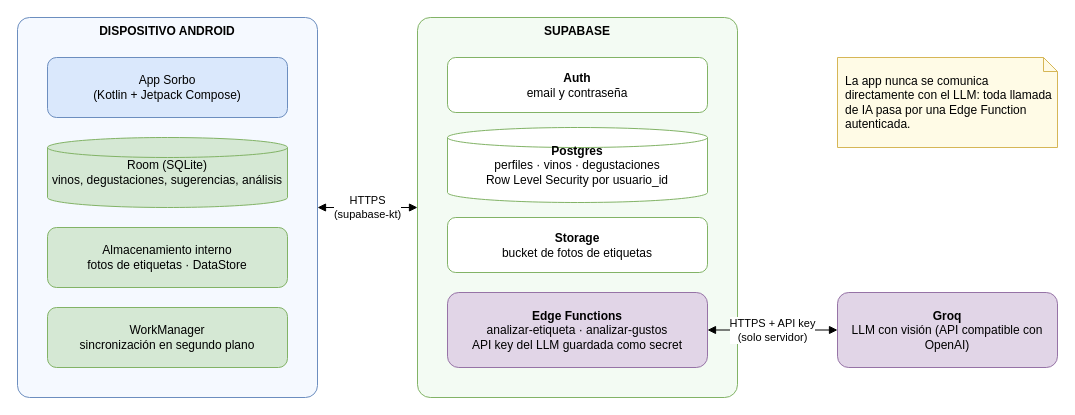
The draw.io diagram page "Topología de infraestructura" (4 of 5) of docs/diagramas/sorbo.drawio in alejogarciabosio/sorbo-app, before the edit. Source tidied: cells renumbered, new cells numbered last; positions are measured from the earlier drawing's top-left corner, leaving out a move shared by most shapes. Both pictures are drawn from the tidied source at 100%, with x=0, y=0 at pixel (17, 17).
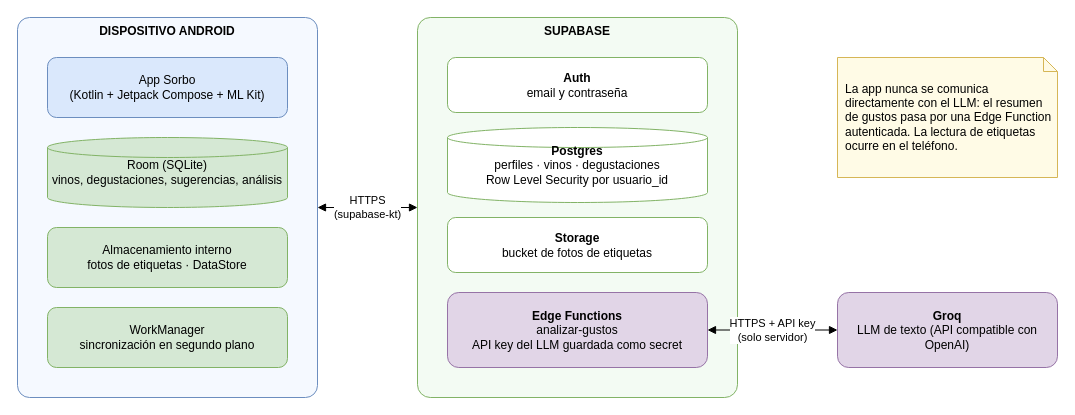
Above is the later version.

Commit message (it also covers changes not shown here):
docs: diagramas con lectura local de etiquetas y respaldo sin servicios de IA

The edit, as a diff of the source:
```diff
@@
 <mxGraphModel>
   <root>
     <mxCell id="0" />
     <mxCell id="1" parent="0" />
     <mxCell id="2" value="DISPOSITIVO ANDROID" style="rounded=1;whiteSpace=wrap;html=1;fillColor=#f5f9ff;strokeColor=#6c8ebf;verticalAlign=top;fontStyle=1;arcSize=4;" parent="1" vertex="1">
       <mxGeometry width="300" height="380" as="geometry" />
     </mxCell>
-    <mxCell id="3" value="App Sorbo&lt;br&gt;(Kotlin + Jetpack Compose)" style="rounded=1;whiteSpace=wrap;html=1;fillColor=#dae8fc;strokeColor=#6c8ebf;" parent="1" vertex="1">
+    <mxCell id="3" value="App Sorbo&lt;br&gt;(Kotlin + Jetpack Compose + ML Kit)" style="rounded=1;whiteSpace=wrap;html=1;fillColor=#dae8fc;strokeColor=#6c8ebf;" parent="1" vertex="1">
       <mxGeometry x="30" y="40" width="240" height="60" as="geometry" />
     </mxCell>
     <mxCell id="4" value="Room (SQLite)&lt;br&gt;vinos, degustaciones, sugerencias, análisis" style="shape=cylinder3;whiteSpace=wrap;html=1;size=10;fillColor=#d5e8d4;strokeColor=#82b366;" parent="1" vertex="1">
       <mxGeometry x="30" y="120" width="240" height="70" as="geometry" />
     </mxCell>
     <mxCell id="5" value="Almacenamiento interno&lt;br&gt;fotos de etiquetas · DataStore" style="rounded=1;whiteSpace=wrap;html=1;fillColor=#d5e8d4;strokeColor=#82b366;" parent="1" vertex="1">
       <mxGeometry x="30" y="210" width="240" height="60" as="geometry" />
     </mxCell>
     <mxCell id="6" value="WorkManager&lt;br&gt;sincronización en segundo plano" style="rounded=1;whiteSpace=wrap;html=1;fillColor=#d5e8d4;strokeColor=#82b366;" parent="1" vertex="1">
       <mxGeometry x="30" y="290" width="240" height="60" as="geometry" />
     </mxCell>
     <mxCell id="7" value="SUPABASE" style="rounded=1;whiteSpace=wrap;html=1;fillColor=#f3fbf3;strokeColor=#82b366;verticalAlign=top;fontStyle=1;arcSize=4;" parent="1" vertex="1">
       <mxGeometry x="400" width="320" height="380" as="geometry" />
     </mxCell>
     <mxCell id="8" value="&lt;b&gt;Auth&lt;/b&gt;&lt;br&gt;email y contraseña" style="rounded=1;whiteSpace=wrap;html=1;fillColor=#ffffff;strokeColor=#82b366;" parent="1" vertex="1">
       <mxGeometry x="430" y="40" width="260" height="55" as="geometry" />
     </mxCell>
     <mxCell id="9" value="&lt;b&gt;Postgres&lt;/b&gt;&lt;br&gt;perfiles · vinos · degustaciones&lt;br&gt;Row Level Security por usuario_id" style="shape=cylinder3;whiteSpace=wrap;html=1;size=10;fillColor=#ffffff;strokeColor=#82b366;" parent="1" vertex="1">
       <mxGeometry x="430" y="110" width="260" height="75" as="geometry" />
     </mxCell>
     <mxCell id="10" value="&lt;b&gt;Storage&lt;/b&gt;&lt;br&gt;bucket de fotos de etiquetas" style="rounded=1;whiteSpace=wrap;html=1;fillColor=#ffffff;strokeColor=#82b366;" parent="1" vertex="1">
       <mxGeometry x="430" y="200" width="260" height="55" as="geometry" />
     </mxCell>
-    <mxCell id="11" value="&lt;b&gt;Edge Functions&lt;/b&gt;&lt;br&gt;analizar-etiqueta · analizar-gustos&lt;br&gt;API key del LLM guardada como secret" style="rounded=1;whiteSpace=wrap;html=1;fillColor=#e1d5e7;strokeColor=#9673a6;" parent="1" vertex="1">
+    <mxCell id="11" value="&lt;b&gt;Edge Functions&lt;/b&gt;&lt;br&gt;analizar-gustos&lt;br&gt;API key del LLM guardada como secret" style="rounded=1;whiteSpace=wrap;html=1;fillColor=#e1d5e7;strokeColor=#9673a6;" parent="1" vertex="1">
       <mxGeometry x="430" y="275" width="260" height="75" as="geometry" />
     </mxCell>
-    <mxCell id="12" value="&lt;b&gt;Groq&lt;/b&gt;&lt;br&gt;LLM con visión (API compatible con OpenAI)" style="rounded=1;whiteSpace=wrap;html=1;fillColor=#e1d5e7;strokeColor=#9673a6;" parent="1" vertex="1">
+    <mxCell id="12" value="&lt;b&gt;Groq&lt;/b&gt;&lt;br&gt;LLM de texto (API compatible con OpenAI)" style="rounded=1;whiteSpace=wrap;html=1;fillColor=#e1d5e7;strokeColor=#9673a6;" parent="1" vertex="1">
       <mxGeometry x="820" y="275" width="220" height="75" as="geometry" />
     </mxCell>
-    <mxCell id="13" value="La app nunca se comunica directamente con el LLM: toda llamada de IA pasa por una Edge Function autenticada." style="shape=note;whiteSpace=wrap;html=1;size=14;fillColor=#fffbe6;strokeColor=#d6b656;align=left;spacingLeft=6;" parent="1" vertex="1">
-      <mxGeometry x="820" y="40" width="220" height="90" as="geometry" />
+    <mxCell id="13" value="La app nunca se comunica directamente con el LLM: el resumen de gustos pasa por una Edge Function autenticada. La lectura de etiquetas ocurre en el teléfono." style="shape=note;whiteSpace=wrap;html=1;size=14;fillColor=#fffbe6;strokeColor=#d6b656;align=left;spacingLeft=6;" parent="1" vertex="1">
+      <mxGeometry x="820" y="40" width="220" height="120" as="geometry" />
     </mxCell>
     <mxCell id="14" value="HTTPS&lt;br&gt;(supabase-kt)" style="html=1;endArrow=block;startArrow=block;" parent="1" edge="1" source="2" target="7">
       <mxGeometry relative="1" as="geometry" />
     </mxCell>
     <mxCell id="15" value="HTTPS + API key&lt;br&gt;(solo servidor)" style="html=1;endArrow=block;startArrow=block;" parent="1" edge="1" source="11" target="12">
       <mxGeometry relative="1" as="geometry" />
     </mxCell>
   </root>
 </mxGraphModel>
```
